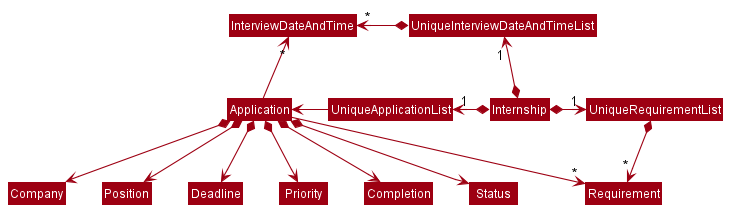
The PlantUML diagram docs/images/umldiagrams/BetterModelClassDiagram.png in tianyue58/tp, before a commit. Source of this version:
```plantuml
@startuml
!include style.puml
skinparam arrowThickness 1.1
skinparam arrowColor MODEL_COLOR
skinparam classBackgroundColor MODEL_COLOR

Internship *--up> "1" UniqueInterviewDateAndTimeList
Internship *--right> "1" UniqueRequirementList
Internship *-left> "1" UniqueApplicationList

UniqueApplicationList -left-> Application

Application -up-> "*" InterviewDateAndTime
Application -up-> "*" Requirement

UniqueInterviewDateAndTimeList *-left-> "*" InterviewDateAndTime
UniqueRequirementList *-right-> "*" Requirement

Application *--> Company
Application *--> Position
Application *--> Deadline
Application *--> Priority
Application *--> Completion
Application *--> Status

@enduml
```
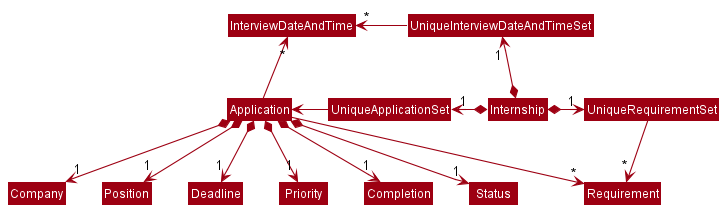
Later version of the same file.

Commit message:
Update Model UML diagram

Diff of the diagram source:
```diff
@@ -4,23 +4,23 @@
 skinparam arrowColor MODEL_COLOR
 skinparam classBackgroundColor MODEL_COLOR
 
-Internship *--up> "1" UniqueInterviewDateAndTimeList
-Internship *--right> "1" UniqueRequirementList
-Internship *-left> "1" UniqueApplicationList
+Internship *--up> "1" UniqueInterviewDateAndTimeSet
+Internship *--right> "1" UniqueRequirementSet
+Internship *-left> "1" UniqueApplicationSet
 
-UniqueApplicationList -left-> Application
+UniqueApplicationSet -left-> Application
 
 Application -up-> "*" InterviewDateAndTime
 Application -up-> "*" Requirement
 
-UniqueInterviewDateAndTimeList *-left-> "*" InterviewDateAndTime
-UniqueRequirementList *-right-> "*" Requirement
+UniqueInterviewDateAndTimeSet --left-> "*" InterviewDateAndTime
+UniqueRequirementSet --right-> "*" Requirement
 
-Application *--> Company
-Application *--> Position
-Application *--> Deadline
-Application *--> Priority
-Application *--> Completion
-Application *--> Status
+Application *--> "1" Company
+Application *--> "1" Position
+Application *--> "1" Deadline
+Application *--> "1" Priority
+Application *--> "1" Completion
+Application *--> "1" Status
 
 @enduml
```
